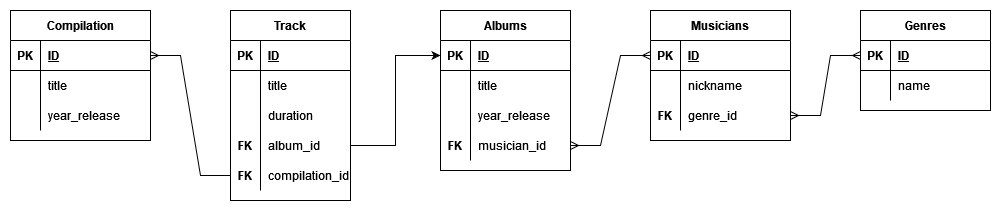
Above: Domaska-3-2-1.png in Sergww/-Domashka_netology_3_mod (draw.io), before the change. Source tidied: cells renumbered, new cells last; positions are measured from the earlier drawing's top-left corner, leaving out a move shared by most shapes.
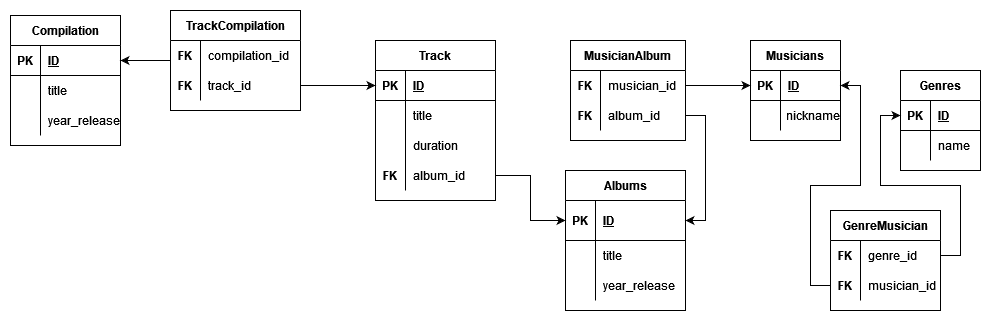
Above is the later version.

The edit, as a diff of the source:
```diff
@@ -3,100 +3,79 @@
     <mxCell id="0" />
     <mxCell id="1" parent="0" />
     <mxCell id="2" value="Genres" style="shape=table;startSize=30;rowLines=0;fontStyle=1;align=center;" parent="1" vertex="1">
-      <mxGeometry x="850" width="130" height="100" as="geometry" />
+      <mxGeometry x="910" y="40" width="80" height="100" as="geometry" />
     </mxCell>
     <mxCell id="3" style="shape=tableRow;horizontal=0;startSize=0;swimlaneHead=0;swimlaneBody=0;fillColor=none;points=[[0,0.5],[1,0.5]];portConstraint=eastwest;top=0;left=0;right=0;bottom=1;" parent="2" vertex="1">
-      <mxGeometry y="30" width="130" height="30" as="geometry" />
+      <mxGeometry y="30" width="80" height="30" as="geometry" />
     </mxCell>
     <mxCell id="4" value="PK" style="shape=partialRectangle;fillColor=none;top=0;left=0;bottom=0;right=0;fontStyle=1;overflow=hidden;" parent="3" vertex="1">
       <mxGeometry width="30" height="30" as="geometry" />
     </mxCell>
     <mxCell id="5" value="ID" style="shape=partialRectangle;fillColor=none;top=0;left=0;bottom=0;right=0;align=left;spacingLeft=6;fontStyle=5;overflow=hidden;" parent="3" vertex="1">
-      <mxGeometry x="30" width="100" height="30" as="geometry" />
+      <mxGeometry x="30" width="50" height="30" as="geometry" />
     </mxCell>
     <mxCell id="6" style="shape=tableRow;horizontal=0;startSize=0;swimlaneHead=0;swimlaneBody=0;fillColor=none;top=0;left=0;right=0;bottom=0;" parent="2" vertex="1">
-      <mxGeometry y="60" width="130" height="30" as="geometry" />
+      <mxGeometry y="60" width="80" height="30" as="geometry" />
     </mxCell>
     <mxCell id="7" style="shape=partialRectangle;fillColor=none;top=0;left=0;bottom=0;right=0;overflow=hidden;" parent="6" vertex="1">
       <mxGeometry width="30" height="30" as="geometry" />
     </mxCell>
     <mxCell id="8" value="name" style="shape=partialRectangle;fillColor=none;top=0;left=0;bottom=0;right=0;align=left;spacingLeft=6;overflow=hidden;" parent="6" vertex="1">
-      <mxGeometry x="30" width="100" height="30" as="geometry" />
+      <mxGeometry x="30" width="50" height="30" as="geometry" />
     </mxCell>
-    <mxCell id="9" style="edgeStyle=entityRelationEdgeStyle;fontSize=12;html=1;endArrow=ERmany;rounded=0;entryX=1;entryY=0.5;entryDx=0;entryDy=0;" parent="1" edge="1" source="46" target="53">
-      <mxGeometry relative="1" as="geometry" />
-    </mxCell>
     <mxCell id="10" value="Musicians" style="shape=table;startSize=30;rowLines=0;fontStyle=1;align=center;" parent="1" vertex="1">
-      <mxGeometry x="640" width="140" height="130" as="geometry" />
+      <mxGeometry x="760" y="10" width="90" height="100" as="geometry" />
     </mxCell>
     <mxCell id="11" style="shape=tableRow;horizontal=0;startSize=0;swimlaneHead=0;swimlaneBody=0;fillColor=none;points=[[0,0.5],[1,0.5]];portConstraint=eastwest;top=0;left=0;right=0;bottom=1;" parent="10" vertex="1">
-      <mxGeometry y="30" width="140" height="30" as="geometry" />
+      <mxGeometry y="30" width="90" height="30" as="geometry" />
     </mxCell>
     <mxCell id="12" value="PK" style="shape=partialRectangle;fillColor=none;top=0;left=0;bottom=0;right=0;fontStyle=1;overflow=hidden;" parent="11" vertex="1">
       <mxGeometry width="30" height="30" as="geometry" />
     </mxCell>
     <mxCell id="13" value="ID" style="shape=partialRectangle;fillColor=none;top=0;left=0;bottom=0;right=0;align=left;spacingLeft=6;fontStyle=5;overflow=hidden;" parent="11" vertex="1">
-      <mxGeometry x="30" width="110" height="30" as="geometry" />
+      <mxGeometry x="30" width="60" height="30" as="geometry" />
     </mxCell>
     <mxCell id="14" style="shape=tableRow;horizontal=0;startSize=0;swimlaneHead=0;swimlaneBody=0;fillColor=none;top=0;left=0;right=0;bottom=0;" parent="10" vertex="1">
-      <mxGeometry y="60" width="140" height="30" as="geometry" />
+      <mxGeometry y="60" width="90" height="30" as="geometry" />
     </mxCell>
     <mxCell id="15" style="shape=partialRectangle;fillColor=none;top=0;left=0;bottom=0;right=0;overflow=hidden;" parent="14" vertex="1">
       <mxGeometry width="30" height="30" as="geometry" />
     </mxCell>
-    <mxCell id="16" value="nickname" style="shape=partialRectangle;fillColor=none;top=0;left=0;bottom=0;right=0;align=left;spacingLeft=6;overflow=hidden;" parent="14" vertex="1">
-      <mxGeometry x="30" width="110" height="30" as="geometry" />
+    <mxCell id="16" value="nickname" style="shape=partialRectangle;fillColor=none;top=0;left=0;bottom=0;right=0;align=center;spacingLeft=6;overflow=hidden;" parent="14" vertex="1">
+      <mxGeometry x="30" width="60" height="30" as="geometry" />
     </mxCell>
-    <mxCell id="17" style="shape=tableRow;horizontal=0;startSize=0;swimlaneHead=0;swimlaneBody=0;fillColor=none;points=[[0,0.5],[1,0.5]];portConstraint=eastwest;top=0;left=0;right=0;bottom=0;" parent="10" vertex="1">
-      <mxGeometry y="90" width="140" height="30" as="geometry" />
-    </mxCell>
-    <mxCell id="18" value="FK" style="shape=partialRectangle;fillColor=none;top=0;left=0;bottom=0;right=0;overflow=hidden;fontStyle=1;" parent="17" vertex="1">
-      <mxGeometry width="30" height="30" as="geometry" />
-    </mxCell>
-    <mxCell id="19" value="genre_id" style="shape=partialRectangle;fillColor=none;top=0;left=0;bottom=0;right=0;align=left;spacingLeft=6;overflow=hidden;" parent="17" vertex="1">
-      <mxGeometry x="30" width="110" height="30" as="geometry" />
-    </mxCell>
     <mxCell id="20" value="Albums" style="shape=table;startSize=30;rowLines=0;fontStyle=1;align=center;" parent="1" vertex="1">
-      <mxGeometry x="430" width="130" height="160" as="geometry" />
+      <mxGeometry x="575" y="140" width="120" height="140" as="geometry" />
     </mxCell>
     <mxCell id="21" style="shape=tableRow;horizontal=0;startSize=0;swimlaneHead=0;swimlaneBody=0;fillColor=none;points=[[0,0.5],[1,0.5]];portConstraint=eastwest;top=0;left=0;right=0;bottom=1;" parent="20" vertex="1">
-      <mxGeometry y="30" width="130" height="30" as="geometry" />
+      <mxGeometry y="30" width="120" height="40" as="geometry" />
     </mxCell>
     <mxCell id="22" value="PK" style="shape=partialRectangle;fillColor=none;top=0;left=0;bottom=0;right=0;fontStyle=1;overflow=hidden;" parent="21" vertex="1">
-      <mxGeometry width="30" height="30" as="geometry" />
+      <mxGeometry width="30" height="40" as="geometry" />
     </mxCell>
     <mxCell id="23" value="ID" style="shape=partialRectangle;fillColor=none;top=0;left=0;bottom=0;right=0;align=left;spacingLeft=6;fontStyle=5;overflow=hidden;" parent="21" vertex="1">
-      <mxGeometry x="30" width="100" height="30" as="geometry" />
+      <mxGeometry x="30" width="90" height="40" as="geometry" />
     </mxCell>
     <mxCell id="24" style="shape=tableRow;horizontal=0;startSize=0;swimlaneHead=0;swimlaneBody=0;fillColor=none;top=0;left=0;right=0;bottom=0;" parent="20" vertex="1">
-      <mxGeometry y="60" width="130" height="30" as="geometry" />
+      <mxGeometry y="70" width="120" height="30" as="geometry" />
     </mxCell>
     <mxCell id="25" style="shape=partialRectangle;fillColor=none;top=0;left=0;bottom=0;right=0;overflow=hidden;" parent="24" vertex="1">
       <mxGeometry width="30" height="30" as="geometry" />
     </mxCell>
     <mxCell id="26" value="title" style="shape=partialRectangle;fillColor=none;top=0;left=0;bottom=0;right=0;align=left;spacingLeft=6;overflow=hidden;" parent="24" vertex="1">
-      <mxGeometry x="30" width="100" height="30" as="geometry" />
+      <mxGeometry x="30" width="90" height="30" as="geometry" />
     </mxCell>
     <mxCell id="27" style="shape=tableRow;horizontal=0;startSize=0;swimlaneHead=0;swimlaneBody=0;fillColor=none;top=0;left=0;right=0;bottom=0;" parent="20" vertex="1">
-      <mxGeometry y="90" width="130" height="30" as="geometry" />
+      <mxGeometry y="100" width="120" height="30" as="geometry" />
     </mxCell>
     <mxCell id="28" style="shape=partialRectangle;fillColor=none;top=0;left=0;bottom=0;right=0;overflow=hidden;" parent="27" vertex="1">
       <mxGeometry width="30" height="30" as="geometry" />
     </mxCell>
     <mxCell id="29" value="year_release" style="shape=partialRectangle;fillColor=none;top=0;left=0;bottom=0;right=0;align=left;spacingLeft=6;overflow=hidden;" parent="27" vertex="1">
-      <mxGeometry x="30" width="100" height="30" as="geometry" />
+      <mxGeometry x="30" width="90" height="30" as="geometry" />
     </mxCell>
-    <mxCell id="30" style="shape=tableRow;horizontal=0;startSize=0;swimlaneHead=0;swimlaneBody=0;fillColor=none;points=[[0,0.5],[1,0.5]];portConstraint=eastwest;top=0;left=0;right=0;bottom=0;" parent="20" vertex="1">
-      <mxGeometry y="120" width="130" height="30" as="geometry" />
-    </mxCell>
-    <mxCell id="31" value="FK" style="shape=partialRectangle;fillColor=none;top=0;left=0;bottom=0;right=0;overflow=hidden;fontStyle=1;" parent="30" vertex="1">
-      <mxGeometry width="30" height="30" as="geometry" />
-    </mxCell>
-    <mxCell id="32" value="musician_id" style="shape=partialRectangle;fillColor=none;top=0;left=0;bottom=0;right=0;align=left;spacingLeft=6;overflow=hidden;" parent="30" vertex="1">
-      <mxGeometry x="30" width="100" height="30" as="geometry" />
-    </mxCell>
     <mxCell id="33" value="Track" style="shape=table;startSize=30;rowLines=0;fontStyle=1;align=center;" parent="1" vertex="1">
-      <mxGeometry x="220" width="120" height="190" as="geometry" />
+      <mxGeometry x="385" y="10" width="120" height="160" as="geometry" />
     </mxCell>
     <mxCell id="34" style="shape=tableRow;horizontal=0;startSize=0;swimlaneHead=0;swimlaneBody=0;fillColor=none;points=[[0,0.5],[1,0.5]];portConstraint=eastwest;top=0;left=0;right=0;bottom=1;" parent="33" vertex="1">
       <mxGeometry y="30" width="120" height="30" as="geometry" />
@@ -134,53 +113,119 @@
     <mxCell id="45" value="album_id" style="shape=partialRectangle;fillColor=none;top=0;left=0;bottom=0;right=0;align=left;spacingLeft=6;overflow=hidden;" parent="43" vertex="1">
       <mxGeometry x="30" width="90" height="30" as="geometry" />
     </mxCell>
-    <mxCell id="46" style="shape=tableRow;horizontal=0;startSize=0;swimlaneHead=0;swimlaneBody=0;fillColor=none;points=[[0,0.5],[1,0.5]];portConstraint=eastwest;top=0;left=0;right=0;bottom=0;" parent="33" vertex="1">
-      <mxGeometry y="150" width="120" height="30" as="geometry" />
-    </mxCell>
-    <mxCell id="47" value="FK" style="shape=partialRectangle;fillColor=none;top=0;left=0;bottom=0;right=0;overflow=hidden;fontStyle=1;" parent="46" vertex="1">
-      <mxGeometry width="30" height="30" as="geometry" />
-    </mxCell>
-    <mxCell id="48" value="compilation_id" style="shape=partialRectangle;fillColor=none;top=0;left=0;bottom=0;right=0;align=left;spacingLeft=6;overflow=hidden;fontStyle=0;" parent="46" vertex="1">
-      <mxGeometry x="30" width="90" height="30" as="geometry" />
-    </mxCell>
     <mxCell id="49" style="edgeStyle=orthogonalEdgeStyle;rounded=0;jettySize=auto;html=1;exitX=1;exitY=0.5;exitDx=0;exitDy=0;entryX=0;entryY=0.5;entryDx=0;entryDy=0;" parent="1" edge="1" source="43" target="21">
       <mxGeometry relative="1" as="geometry" />
     </mxCell>
-    <mxCell id="50" style="edgeStyle=entityRelationEdgeStyle;fontSize=12;html=1;endArrow=ERmany;startArrow=ERmany;rounded=0;entryX=0;entryY=0.5;entryDx=0;entryDy=0;exitX=1;exitY=0.5;exitDx=0;exitDy=0;" parent="1" edge="1" source="17" target="3">
-      <mxGeometry relative="1" as="geometry" />
-    </mxCell>
-    <mxCell id="51" style="edgeStyle=entityRelationEdgeStyle;fontSize=12;html=1;endArrow=ERmany;startArrow=ERmany;rounded=0;exitX=1;exitY=0.5;exitDx=0;exitDy=0;entryX=0;entryY=0.5;entryDx=0;entryDy=0;" parent="1" edge="1" source="30" target="11">
-      <mxGeometry relative="1" as="geometry" />
-    </mxCell>
     <mxCell id="52" value="Compilation" style="shape=table;startSize=30;rowLines=0;fontStyle=1;align=center;" parent="1" vertex="1">
-      <mxGeometry width="140" height="130" as="geometry" />
+      <mxGeometry x="20" y="-15" width="110" height="130" as="geometry" />
     </mxCell>
     <mxCell id="53" style="shape=tableRow;horizontal=0;startSize=0;swimlaneHead=0;swimlaneBody=0;fillColor=none;points=[[0,0.5],[1,0.5]];portConstraint=eastwest;top=0;left=0;right=0;bottom=1;" parent="52" vertex="1">
-      <mxGeometry y="30" width="140" height="30" as="geometry" />
+      <mxGeometry y="30" width="110" height="30" as="geometry" />
     </mxCell>
     <mxCell id="54" value="PK" style="shape=partialRectangle;fillColor=none;top=0;left=0;bottom=0;right=0;fontStyle=1;overflow=hidden;" parent="53" vertex="1">
       <mxGeometry width="30" height="30" as="geometry" />
     </mxCell>
     <mxCell id="55" value="ID" style="shape=partialRectangle;fillColor=none;top=0;left=0;bottom=0;right=0;align=left;spacingLeft=6;fontStyle=5;overflow=hidden;" parent="53" vertex="1">
-      <mxGeometry x="30" width="110" height="30" as="geometry" />
+      <mxGeometry x="30" width="80" height="30" as="geometry" />
     </mxCell>
     <mxCell id="56" style="shape=tableRow;horizontal=0;startSize=0;swimlaneHead=0;swimlaneBody=0;fillColor=none;top=0;left=0;right=0;bottom=0;" parent="52" vertex="1">
-      <mxGeometry y="60" width="140" height="30" as="geometry" />
+      <mxGeometry y="60" width="110" height="30" as="geometry" />
     </mxCell>
     <mxCell id="57" style="shape=partialRectangle;fillColor=none;top=0;left=0;bottom=0;right=0;overflow=hidden;" parent="56" vertex="1">
       <mxGeometry width="30" height="30" as="geometry" />
     </mxCell>
     <mxCell id="58" value="title" style="shape=partialRectangle;fillColor=none;top=0;left=0;bottom=0;right=0;align=left;spacingLeft=6;overflow=hidden;" parent="56" vertex="1">
-      <mxGeometry x="30" width="110" height="30" as="geometry" />
+      <mxGeometry x="30" width="80" height="30" as="geometry" />
     </mxCell>
     <mxCell id="59" style="shape=tableRow;horizontal=0;startSize=0;swimlaneHead=0;swimlaneBody=0;fillColor=none;top=0;left=0;right=0;bottom=0;" parent="52" vertex="1">
-      <mxGeometry y="90" width="140" height="30" as="geometry" />
+      <mxGeometry y="90" width="110" height="30" as="geometry" />
     </mxCell>
     <mxCell id="60" style="shape=partialRectangle;fillColor=none;top=0;left=0;bottom=0;right=0;overflow=hidden;" parent="59" vertex="1">
       <mxGeometry width="30" height="30" as="geometry" />
     </mxCell>
     <mxCell id="61" value="year_release" style="shape=partialRectangle;fillColor=none;top=0;left=0;bottom=0;right=0;align=left;spacingLeft=6;overflow=hidden;" parent="59" vertex="1">
-      <mxGeometry x="30" width="110" height="30" as="geometry" />
+      <mxGeometry x="30" width="80" height="30" as="geometry" />
     </mxCell>
+    <mxCell id="62" value="GenreMusician" style="shape=table;startSize=30;rowLines=0;fontStyle=1;align=center;fontSize=12;" parent="1" vertex="1">
+      <mxGeometry x="840" y="180" width="110" height="100" as="geometry" />
+    </mxCell>
+    <mxCell id="63" style="shape=tableRow;horizontal=0;startSize=0;swimlaneHead=0;swimlaneBody=0;fillColor=none;points=[[0,0.5],[1,0.5]];portConstraint=eastwest;top=0;left=0;right=0;bottom=0;fontSize=12;" parent="62" vertex="1">
+      <mxGeometry y="30" width="110" height="30" as="geometry" />
+    </mxCell>
+    <mxCell id="64" value="FK" style="shape=partialRectangle;fillColor=none;top=0;left=0;bottom=0;right=0;overflow=hidden;fontSize=12;fontStyle=1;" parent="63" vertex="1">
+      <mxGeometry width="30" height="30" as="geometry" />
+    </mxCell>
+    <mxCell id="19" value="genre_id" style="shape=partialRectangle;fillColor=none;top=0;left=0;bottom=0;right=0;align=left;spacingLeft=6;overflow=hidden;fontSize=12;" parent="63" vertex="1">
+      <mxGeometry x="30" width="80" height="30" as="geometry" />
+    </mxCell>
+    <mxCell id="65" style="shape=tableRow;horizontal=0;startSize=0;swimlaneHead=0;swimlaneBody=0;fillColor=none;points=[[0,0.5],[1,0.5]];portConstraint=eastwest;top=0;left=0;right=0;bottom=0;fontSize=12;" parent="62" vertex="1">
+      <mxGeometry y="60" width="110" height="30" as="geometry" />
+    </mxCell>
+    <mxCell id="66" value="FK" style="shape=partialRectangle;fillColor=none;top=0;left=0;bottom=0;right=0;overflow=hidden;fontSize=12;fontStyle=1;" parent="65" vertex="1">
+      <mxGeometry width="30" height="30" as="geometry" />
+    </mxCell>
+    <mxCell id="67" value="musician_id" style="shape=partialRectangle;fillColor=none;top=0;left=0;bottom=0;right=0;align=left;spacingLeft=6;overflow=hidden;fontSize=12;" parent="65" vertex="1">
+      <mxGeometry x="30" width="80" height="30" as="geometry" />
+    </mxCell>
+    <mxCell id="68" style="edgeStyle=orthogonalEdgeStyle;rounded=0;jettySize=auto;html=1;exitX=0;exitY=0.5;exitDx=0;exitDy=0;entryX=1;entryY=0.5;entryDx=0;entryDy=0;fontSize=12;" parent="1" edge="1" source="65" target="11">
+      <mxGeometry relative="1" as="geometry" />
+    </mxCell>
+    <mxCell id="69" style="edgeStyle=orthogonalEdgeStyle;rounded=0;jettySize=auto;html=1;exitX=1;exitY=0.5;exitDx=0;exitDy=0;entryX=0;entryY=0.5;entryDx=0;entryDy=0;fontSize=12;" parent="1" edge="1" source="63" target="3">
+      <mxGeometry relative="1" as="geometry" />
+    </mxCell>
+    <mxCell id="70" style="edgeStyle=orthogonalEdgeStyle;rounded=0;jettySize=auto;html=1;exitX=1;exitY=0.75;exitDx=0;exitDy=0;entryX=1;entryY=0.5;entryDx=0;entryDy=0;" parent="1" edge="1" source="71" target="21">
+      <mxGeometry relative="1" as="geometry" />
+    </mxCell>
+    <mxCell id="71" value="MusicianAlbum" style="shape=table;startSize=30;rowLines=0;fontStyle=1;align=center;fontSize=12;" parent="1" vertex="1">
+      <mxGeometry x="580" y="10" width="115" height="100" as="geometry" />
+    </mxCell>
+    <mxCell id="72" style="shape=tableRow;horizontal=0;startSize=0;swimlaneHead=0;swimlaneBody=0;fillColor=none;points=[[0,0.5],[1,0.5]];portConstraint=eastwest;top=0;left=0;right=0;bottom=0;fontSize=12;" parent="71" vertex="1">
+      <mxGeometry y="30" width="115" height="30" as="geometry" />
+    </mxCell>
+    <mxCell id="73" value="FK" style="shape=partialRectangle;fillColor=none;top=0;left=0;bottom=0;right=0;overflow=hidden;fontSize=12;fontStyle=1;" parent="72" vertex="1">
+      <mxGeometry width="30" height="30" as="geometry" />
+    </mxCell>
+    <mxCell id="74" value="musician_id" style="shape=partialRectangle;fillColor=none;top=0;left=0;bottom=0;right=0;align=left;spacingLeft=6;overflow=hidden;fontSize=12;" parent="72" vertex="1">
+      <mxGeometry x="30" width="85" height="30" as="geometry" />
+    </mxCell>
+    <mxCell id="75" style="shape=tableRow;horizontal=0;startSize=0;swimlaneHead=0;swimlaneBody=0;fillColor=none;top=0;left=0;right=0;bottom=0;fontSize=12;" parent="71" vertex="1">
+      <mxGeometry y="60" width="115" height="30" as="geometry" />
+    </mxCell>
+    <mxCell id="76" value="FK" style="shape=partialRectangle;fillColor=none;top=0;left=0;bottom=0;right=0;overflow=hidden;fontSize=12;fontStyle=1;" parent="75" vertex="1">
+      <mxGeometry width="30" height="30" as="geometry" />
+    </mxCell>
+    <mxCell id="77" value="album_id" style="shape=partialRectangle;fillColor=none;top=0;left=0;bottom=0;right=0;align=left;spacingLeft=6;overflow=hidden;fontSize=12;" parent="75" vertex="1">
+      <mxGeometry x="30" width="85" height="30" as="geometry" />
+    </mxCell>
+    <mxCell id="78" style="edgeStyle=orthogonalEdgeStyle;rounded=0;jettySize=auto;html=1;exitX=1;exitY=0.5;exitDx=0;exitDy=0;entryX=0;entryY=0.5;entryDx=0;entryDy=0;fontSize=12;" parent="1" edge="1" source="72" target="11">
+      <mxGeometry relative="1" as="geometry" />
+    </mxCell>
+    <mxCell id="79" style="edgeStyle=orthogonalEdgeStyle;rounded=0;jettySize=auto;html=1;exitX=0;exitY=0.5;exitDx=0;exitDy=0;entryX=1;entryY=0.5;entryDx=0;entryDy=0;" parent="1" edge="1" source="80" target="53">
+      <mxGeometry relative="1" as="geometry" />
+    </mxCell>
+    <mxCell id="80" value="TrackCompilation" style="shape=table;startSize=30;rowLines=0;fontStyle=1;align=center;fontSize=12;" parent="1" vertex="1">
+      <mxGeometry x="180" y="-20" width="130" height="100" as="geometry" />
+    </mxCell>
+    <mxCell id="81" style="shape=tableRow;horizontal=0;startSize=0;swimlaneHead=0;swimlaneBody=0;fillColor=none;top=0;left=0;right=0;bottom=0;fontSize=12;" parent="80" vertex="1">
+      <mxGeometry y="30" width="130" height="30" as="geometry" />
+    </mxCell>
+    <mxCell id="82" value="FK" style="shape=partialRectangle;fillColor=none;top=0;left=0;bottom=0;right=0;overflow=hidden;fontSize=12;fontStyle=1;" parent="81" vertex="1">
+      <mxGeometry width="30" height="30" as="geometry" />
+    </mxCell>
+    <mxCell id="48" value="compilation_id" style="shape=partialRectangle;fillColor=none;top=0;left=0;bottom=0;right=0;align=left;spacingLeft=6;overflow=hidden;fontSize=12;fontStyle=0;" parent="81" vertex="1">
+      <mxGeometry x="30" width="100" height="30" as="geometry" />
+    </mxCell>
+    <mxCell id="83" style="shape=tableRow;horizontal=0;startSize=0;swimlaneHead=0;swimlaneBody=0;fillColor=none;points=[[0,0.5],[1,0.5]];portConstraint=eastwest;top=0;left=0;right=0;bottom=0;fontSize=12;" parent="80" vertex="1">
+      <mxGeometry y="60" width="130" height="30" as="geometry" />
+    </mxCell>
+    <mxCell id="84" value="FK" style="shape=partialRectangle;fillColor=none;top=0;left=0;bottom=0;right=0;overflow=hidden;fontSize=12;fontStyle=1;" parent="83" vertex="1">
+      <mxGeometry width="30" height="30" as="geometry" />
+    </mxCell>
+    <mxCell id="85" value="track_id" style="shape=partialRectangle;fillColor=none;top=0;left=0;bottom=0;right=0;align=left;spacingLeft=6;overflow=hidden;fontSize=12;" parent="83" vertex="1">
+      <mxGeometry x="30" width="100" height="30" as="geometry" />
+    </mxCell>
+    <mxCell id="86" style="edgeStyle=orthogonalEdgeStyle;rounded=0;jettySize=auto;html=1;exitX=1;exitY=0.5;exitDx=0;exitDy=0;entryX=0;entryY=0.5;entryDx=0;entryDy=0;" parent="1" edge="1" source="83" target="34">
+      <mxGeometry relative="1" as="geometry" />
+    </mxCell>
   </root>
 </mxGraphModel>
```
